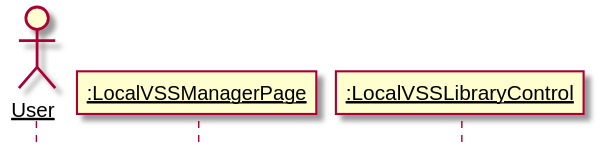
This is 需求定义和分析/RenameVSS.svg from kpp19920121/doc, a PlantUML export, as it was before one commit.
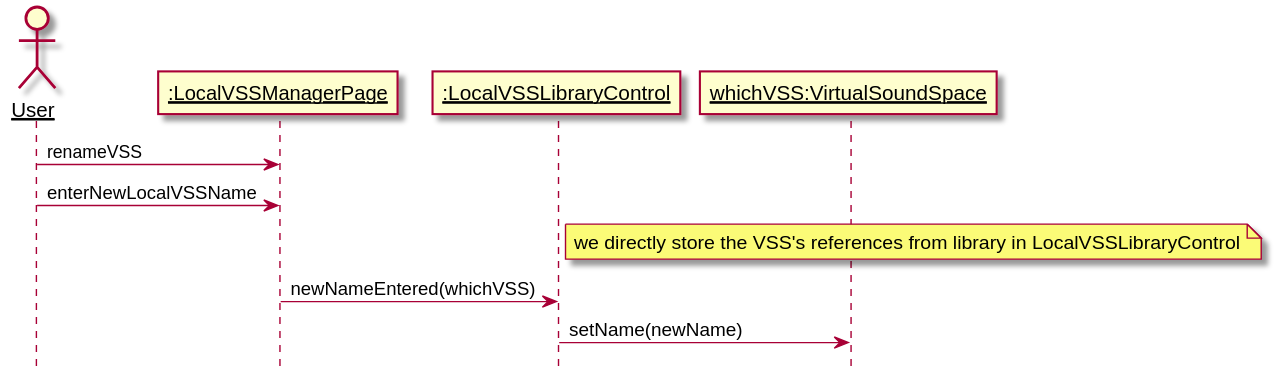
The same diagram one commit later.

The edit, as a diff of the source:
```diff
@@ -4,8 +4,13 @@
 
 actor User as user
 participant ":LocalVSSManagerPage" as page
-participant ":LocalVSSLibraryControl" as library
+participant ":LocalVSSLibraryControl" as control
+participant "whichVSS:VirtualSoundSpace" as vss
 
-
+user -> page: renameVSS
+user -> page: enterNewLocalVSSName
+note right of control: we directly store the VSS's references from library in LocalVSSLibraryControl
+page -> control: newNameEntered(whichVSS)
+control -> vss: setName(newName)
 
 @enduml
```
